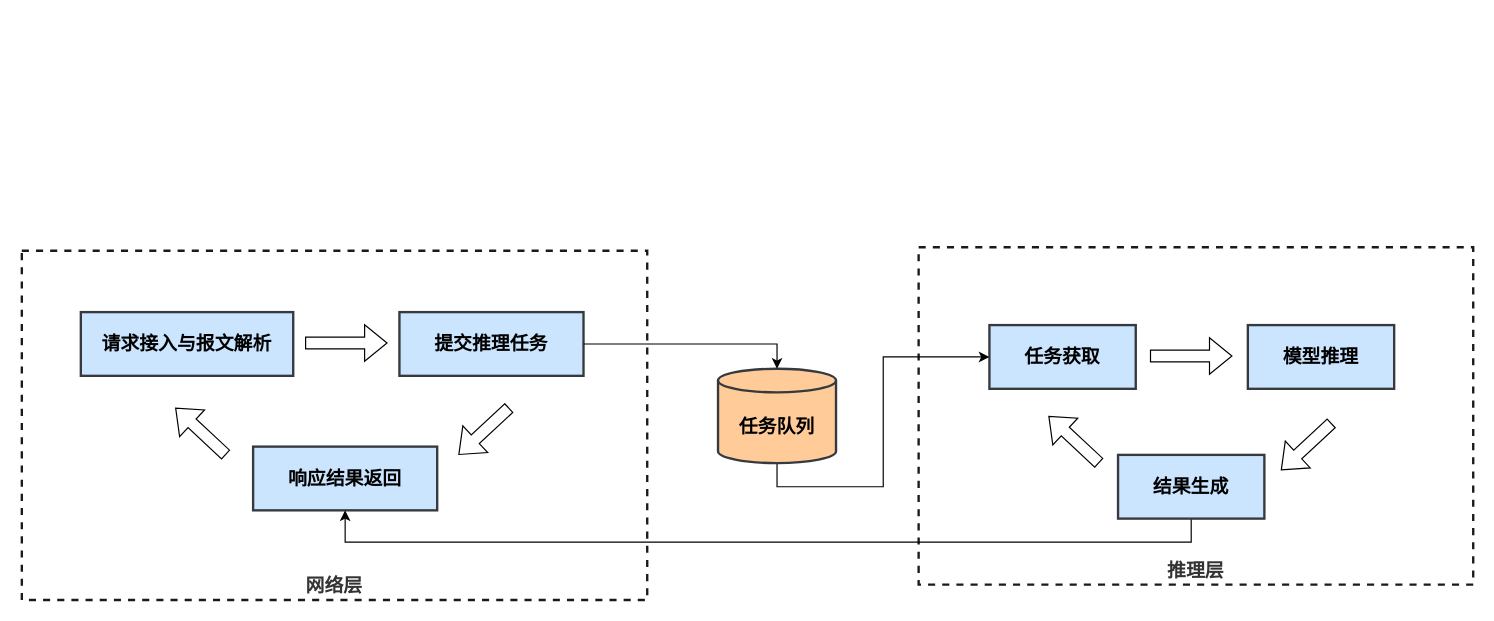
This is 异步架构.drawio from vldzyzy/special-waffle, a draw.io file, before an edit. Source tidied: cells renumbered, new cells numbered last; positions are measured from the earlier drawing's top-left corner, leaving out a move shared by most shapes. Both pictures are drawn from the tidied source at 118%, with x=0, y=0 at pixel (21, 247).
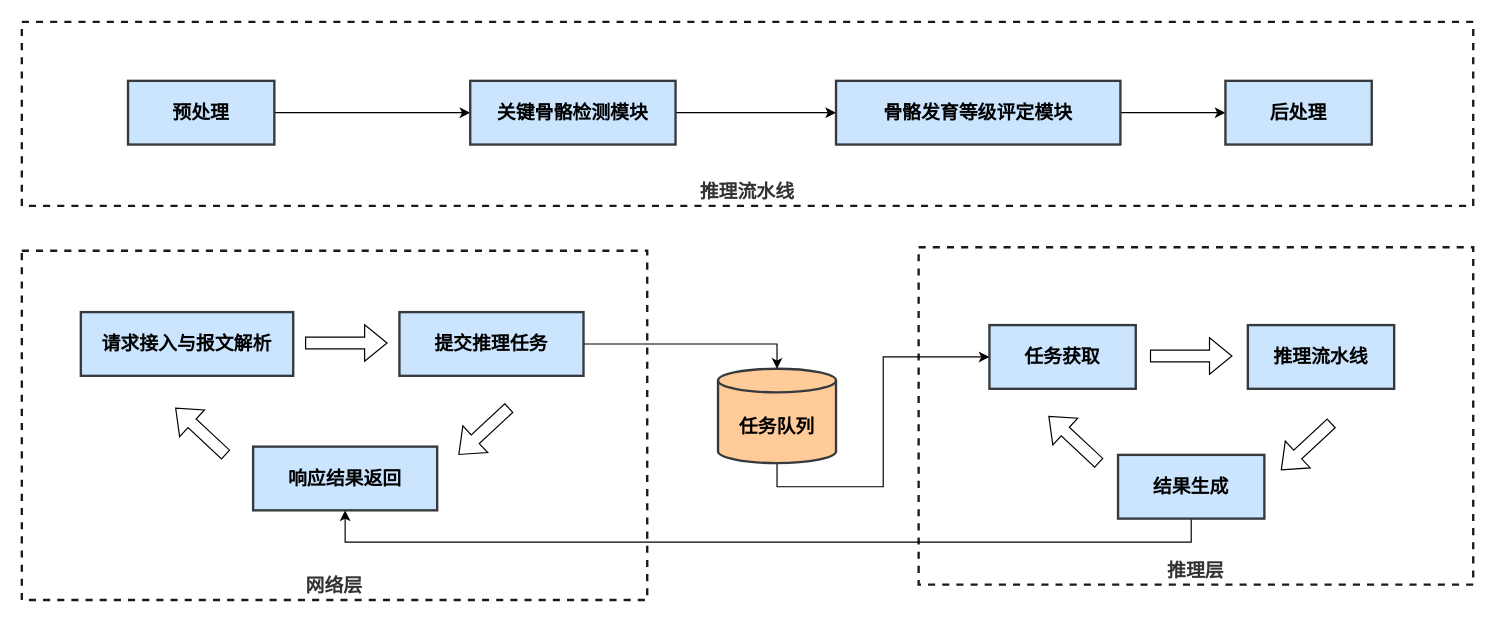
Above is the later version.

Commit message:
更新异步架构.drawio

Change to the diagram source:
```diff
@@
-    <mxCell id="8" value="模型推理" style="whiteSpace=wrap;strokeWidth=2;fillColor=#cce5ff;strokeColor=#36393d;fontSize=16;fontStyle=1;" parent="1" vertex="1">
+    <mxCell id="8" value="推理流水线" style="whiteSpace=wrap;strokeWidth=2;fillColor=#cce5ff;strokeColor=#36393d;fontSize=16;fontStyle=1;" parent="1" vertex="1">
       <mxGeometry x="1039" y="66" width="124" height="54" as="geometry" />
     </mxCell>
@@
+    <mxCell id="20" value="推理流水线" style="whiteSpace=wrap;strokeWidth=2;fillColor=none;strokeColor=light-dark(#1A1A1A,#CCCCCC);fontColor=light-dark(#333333,#cccccc);verticalAlign=bottom;fontSize=16;fontStyle=1;dashed=1;" parent="1" vertex="1">
+      <mxGeometry y="-191" width="1230" height="156" as="geometry" />
+    </mxCell>
+    <mxCell id="21" style="edgeStyle=orthogonalEdgeStyle;rounded=0;jettySize=auto;html=1;exitX=1;exitY=0.5;exitDx=0;exitDy=0;entryX=0;entryY=0.5;entryDx=0;entryDy=0;" parent="1" edge="1" source="22" target="24">
+      <mxGeometry relative="1" as="geometry" />
+    </mxCell>
+    <mxCell id="22" value="预处理" style="whiteSpace=wrap;strokeWidth=2;fillColor=#cce5ff;strokeColor=#36393d;fontSize=16;fontStyle=1;" parent="1" vertex="1">
+      <mxGeometry x="90" y="-141" width="124" height="54" as="geometry" />
+    </mxCell>
+    <mxCell id="23" style="edgeStyle=orthogonalEdgeStyle;rounded=0;jettySize=auto;html=1;exitX=1;exitY=0.5;exitDx=0;exitDy=0;entryX=0;entryY=0.5;entryDx=0;entryDy=0;" parent="1" edge="1" source="24" target="26">
+      <mxGeometry relative="1" as="geometry" />
+    </mxCell>
+    <mxCell id="24" value="关键骨骼检测模块" style="whiteSpace=wrap;strokeWidth=2;fillColor=#cce5ff;strokeColor=#36393d;fontSize=16;fontStyle=1;" parent="1" vertex="1">
+      <mxGeometry x="380" y="-141" width="174" height="54" as="geometry" />
+    </mxCell>
+    <mxCell id="25" style="edgeStyle=orthogonalEdgeStyle;rounded=0;jettySize=auto;html=1;exitX=1;exitY=0.5;exitDx=0;exitDy=0;entryX=0;entryY=0.5;entryDx=0;entryDy=0;" parent="1" edge="1" source="26" target="27">
+      <mxGeometry relative="1" as="geometry" />
+    </mxCell>
+    <mxCell id="26" value="骨骼发育等级评定模块" style="whiteSpace=wrap;strokeWidth=2;fillColor=#cce5ff;strokeColor=#36393d;fontSize=16;fontStyle=1;" parent="1" vertex="1">
+      <mxGeometry x="690" y="-141" width="241" height="54" as="geometry" />
+    </mxCell>
+    <mxCell id="27" value="后处理" style="whiteSpace=wrap;strokeWidth=2;fillColor=#cce5ff;strokeColor=#36393d;fontSize=16;fontStyle=1;" parent="1" vertex="1">
+      <mxGeometry x="1020" y="-141" width="124" height="54" as="geometry" />
+    </mxCell>
```
